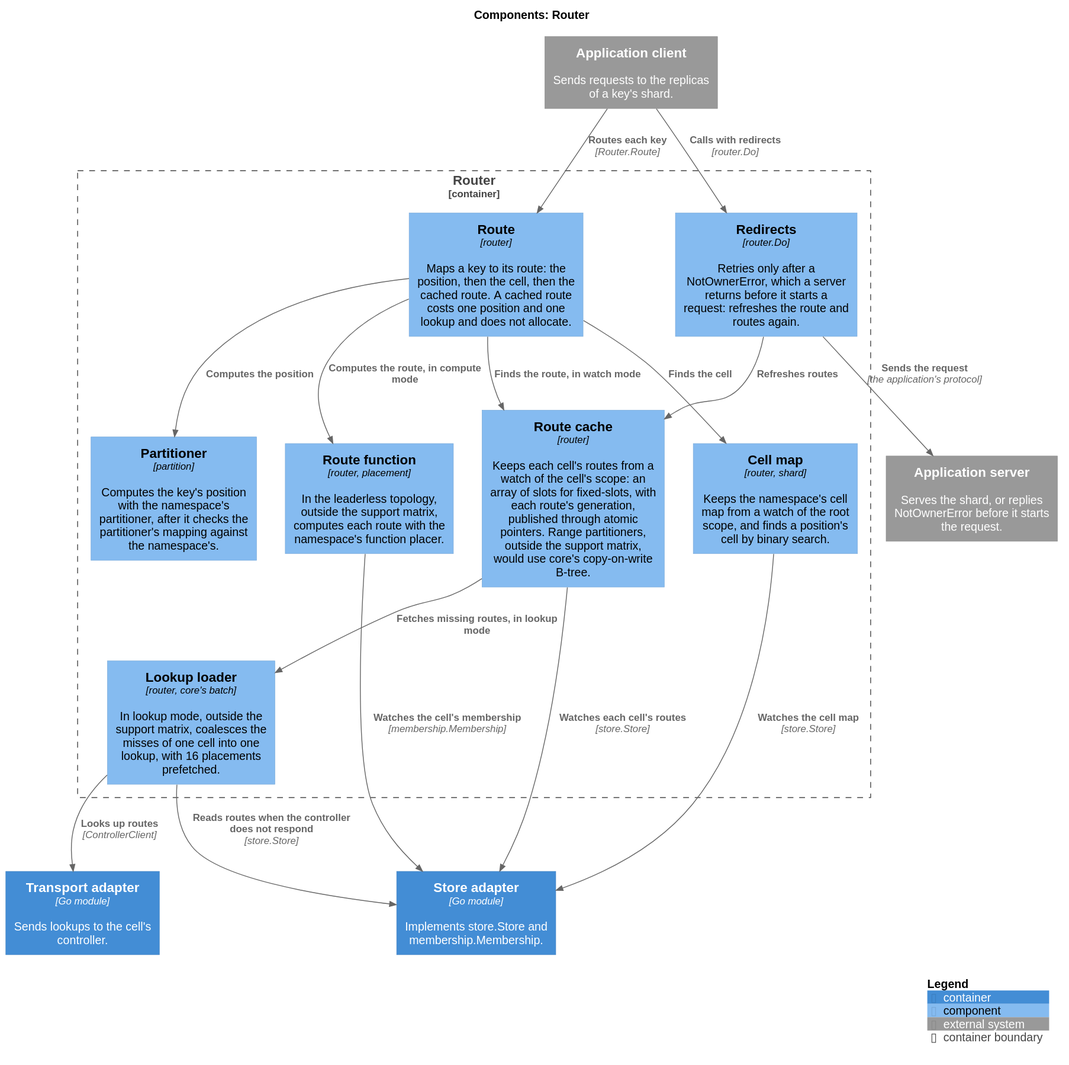
The PlantUML diagram docs/c4/components/router.svg in thesm-os/sharder, before a commit.
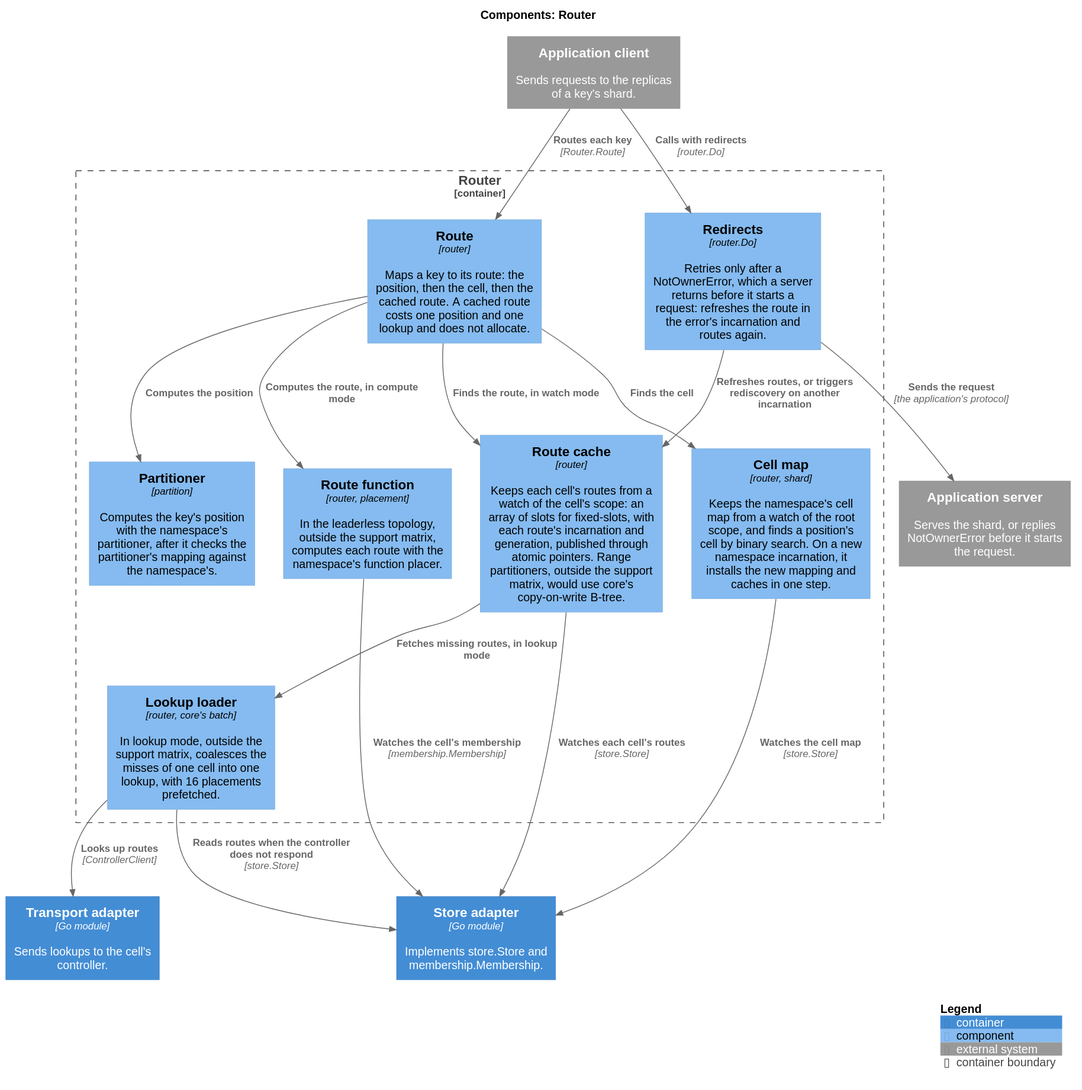
After the change.

The edit, as a diff of the source:
```diff
@@ -8,11 +8,11 @@
 Container_Boundary(router, "Router") {
     Component(route, "Route", "router", "Maps a key to its route: the position, then the cell, then the cached route. A cached route costs one position and one lookup and does not allocate.")
     Component(partitioner, "Partitioner", "partition", "Computes the key's position with the namespace's partitioner, after it checks the partitioner's mapping against the namespace's.")
-    Component(cellmap, "Cell map", "router, shard", "Keeps the namespace's cell map from a watch of the root scope, and finds a position's cell by binary search.")
-    Component(cache, "Route cache", "router", "Keeps each cell's routes from a watch of the cell's scope: an array of slots for fixed-slots, with each route's generation, published through atomic pointers. Range partitioners, outside the support matrix, would use core's copy-on-write B-tree.")
+    Component(cellmap, "Cell map", "router, shard", "Keeps the namespace's cell map from a watch of the root scope, and finds a position's cell by binary search. On a new namespace incarnation, it installs the new mapping and caches in one step.")
+    Component(cache, "Route cache", "router", "Keeps each cell's routes from a watch of the cell's scope: an array of slots for fixed-slots, with each route's incarnation and generation, published through atomic pointers. Range partitioners, outside the support matrix, would use core's copy-on-write B-tree.")
     Component(loader, "Lookup loader", "router, core's batch", "In lookup mode, outside the support matrix, coalesces the misses of one cell into one lookup, with 16 placements prefetched.")
     Component(compute, "Route function", "router, placement", "In the leaderless topology, outside the support matrix, computes each route with the namespace's function placer.")
-    Component(retry, "Redirects", "router.Do", "Retries only after a NotOwnerError, which a server returns before it starts a request: refreshes the route and routes again.")
+    Component(retry, "Redirects", "router.Do", "Retries only after a NotOwnerError, which a server returns before it starts a request: refreshes the route in the error's incarnation and routes again.")
 }
 
 Container(transport, "Transport adapter", "Go module", "Sends lookups to the cell's controller.")
@@ -26,7 +26,7 @@
 Rel(route, cache, "Finds the route, in watch mode")
 Rel(route, compute, "Computes the route, in compute mode")
 Rel(cache, loader, "Fetches missing routes, in lookup mode")
-Rel(retry, cache, "Refreshes routes")
+Rel(retry, cache, "Refreshes routes, or triggers rediscovery on another incarnation")
 Rel(retry, server, "Sends the request", "the application's protocol")
 
 Rel(loader, transport, "Looks up routes", "ControllerClient")
```
